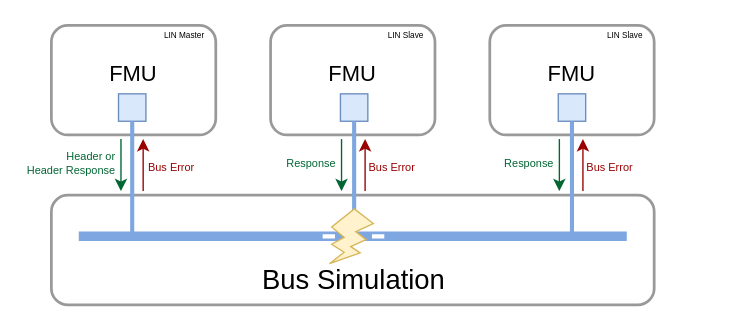
This is docs/images/lin_error_handling_overview.drawio from modelica/fmi-ls-bus, a draw.io file, before an edit. Source tidied: cells renumbered, new cells numbered last; positions are measured from the earlier drawing's top-left corner, leaving out a move shared by most shapes. Both pictures are drawn from the tidied source at 137%, with x=0, y=0 at pixel (23, 25).
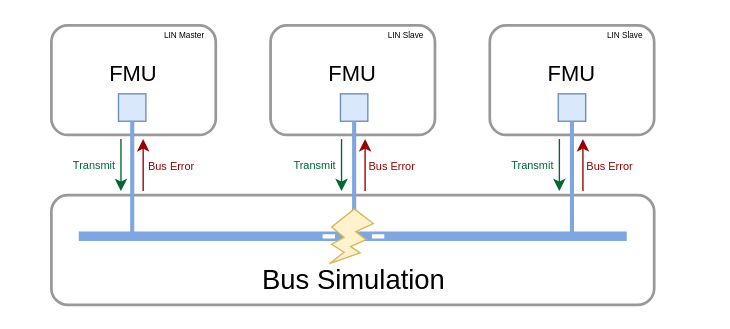
The same diagram, later.

Commit message (it also covers changes not shown here):
Fixing error handling chapter of LIN

Change to the diagram source:
```diff
@@
-    <mxCell id="19" value="Header or&lt;br&gt;Header Response" style="text;html=1;strokeColor=none;fillColor=none;align=right;verticalAlign=middle;whiteSpace=wrap;rounded=0;fontSize=8;fontColor=#006633;" parent="1" vertex="1">
-      <mxGeometry y="96" width="69" height="10" as="geometry" />
+    <mxCell id="19" value="Transmit" style="text;html=1;strokeColor=none;fillColor=none;align=right;verticalAlign=middle;whiteSpace=wrap;rounded=0;fontSize=8;fontColor=#006633;" parent="1" vertex="1">
+      <mxGeometry y="97" width="69" height="10" as="geometry" />
     </mxCell>
@@
     <mxCell id="21" value="Bus Error" style="text;html=1;strokeColor=none;fillColor=none;align=left;verticalAlign=middle;whiteSpace=wrap;rounded=0;fontSize=8;fontColor=#990000;" parent="1" vertex="1">
-      <mxGeometry x="250" y="99" width="90" height="10" as="geometry" />
+      <mxGeometry x="250" y="98" width="90" height="10" as="geometry" />
     </mxCell>
@@
     <mxCell id="25" value="Bus Error" style="text;html=1;strokeColor=none;fillColor=none;align=left;verticalAlign=middle;whiteSpace=wrap;rounded=0;fontSize=8;fontColor=#990000;" parent="1" vertex="1">
-      <mxGeometry x="409" y="99" width="90" height="10" as="geometry" />
+      <mxGeometry x="409" y="98" width="90" height="10" as="geometry" />
     </mxCell>
     <mxCell id="26" value="Bus Error" style="text;html=1;strokeColor=none;fillColor=none;align=left;verticalAlign=middle;whiteSpace=wrap;rounded=0;fontSize=8;fontColor=#990000;" parent="1" vertex="1">
-      <mxGeometry x="89" y="99" width="90" height="10" as="geometry" />
+      <mxGeometry x="89" y="98" width="90" height="10" as="geometry" />
     </mxCell>
@@
-    <mxCell id="30" value="Response" style="text;html=1;strokeColor=none;fillColor=none;align=right;verticalAlign=middle;whiteSpace=wrap;rounded=0;fontSize=8;fontColor=#006633;" parent="1" vertex="1">
-      <mxGeometry x="161" y="96" width="69" height="10" as="geometry" />
+    <mxCell id="30" value="Transmit" style="text;html=1;strokeColor=none;fillColor=none;align=right;verticalAlign=middle;whiteSpace=wrap;rounded=0;fontSize=8;fontColor=#006633;" parent="1" vertex="1">
+      <mxGeometry x="161" y="97" width="69" height="10" as="geometry" />
     </mxCell>
@@
-    <mxCell id="32" value="Response" style="text;html=1;strokeColor=none;fillColor=none;align=right;verticalAlign=middle;whiteSpace=wrap;rounded=0;fontSize=8;fontColor=#006633;" parent="1" vertex="1">
-      <mxGeometry x="320" y="96" width="69" height="10" as="geometry" />
+    <mxCell id="32" value="Transmit" style="text;html=1;strokeColor=none;fillColor=none;align=right;verticalAlign=middle;whiteSpace=wrap;rounded=0;fontSize=8;fontColor=#006633;" parent="1" vertex="1">
+      <mxGeometry x="320" y="97" width="69" height="10" as="geometry" />
     </mxCell>
```
